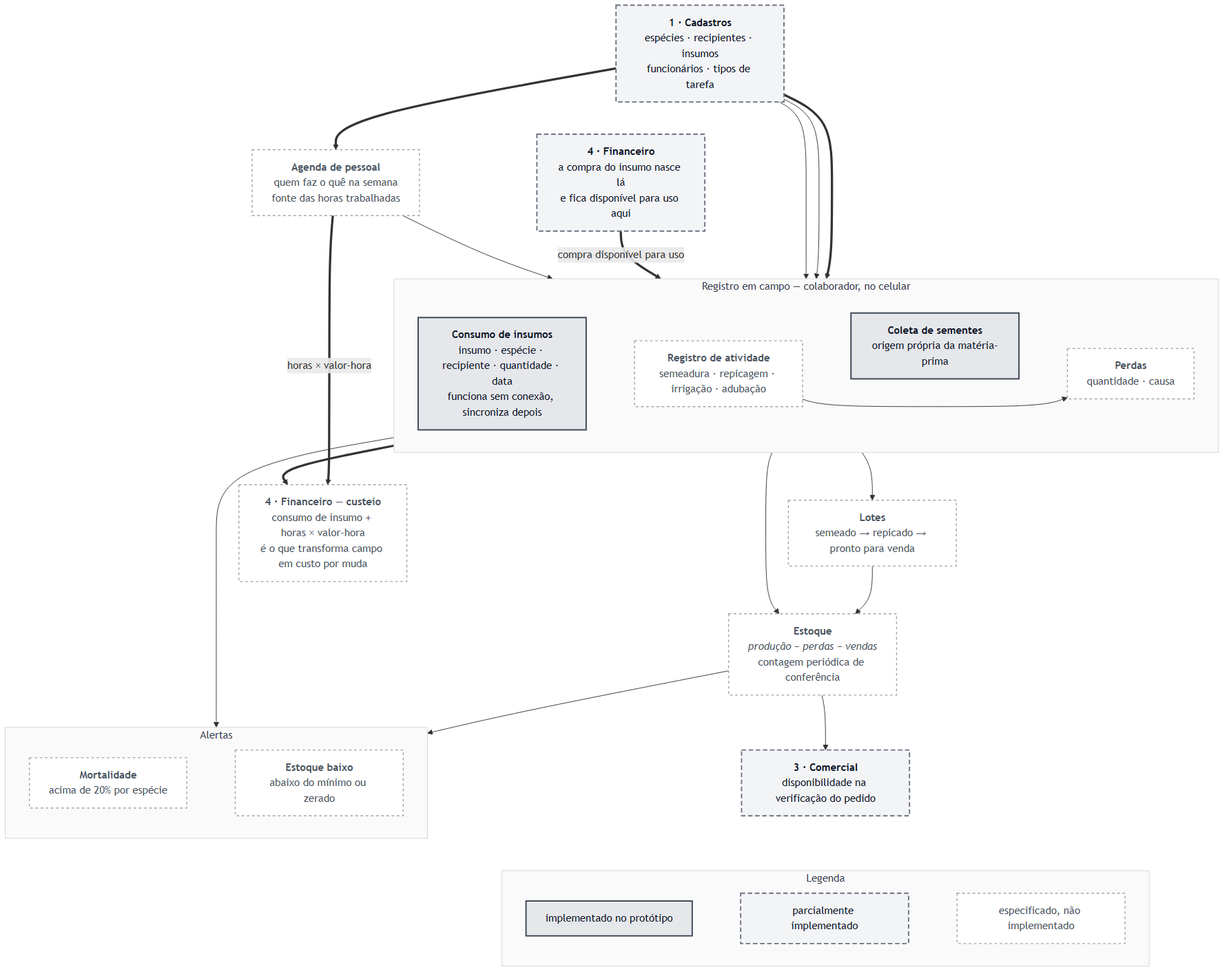
Above: docs/rotinas/img/mapa-2-producao.png in JoaoMudar/mudar (Mermaid), before the change. Its source is kept beside it as docs/rotinas/img/mapa-2-producao.mmd.
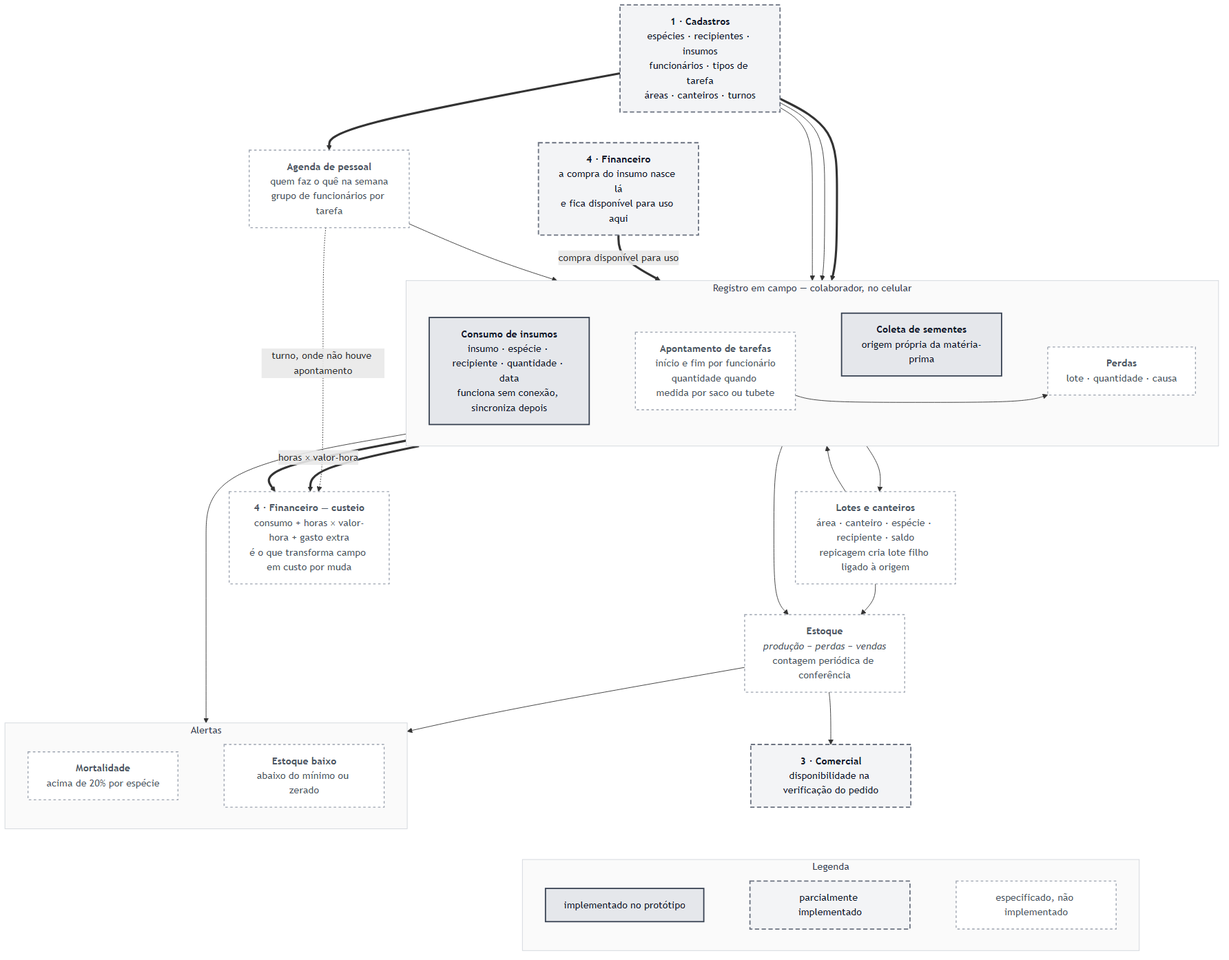
Later version of the same file.

Diff of the diagram source:
```diff
@@ -1,18 +1,18 @@
 flowchart TB
-  CAD["<b>1 · Cadastros</b><br/>espécies · recipientes · insumos<br/>funcionários · tipos de tarefa"]
+  CAD["<b>1 · Cadastros</b><br/>espécies · recipientes · insumos<br/>funcionários · tipos de tarefa<br/>áreas · canteiros · turnos"]
   FIN["<b>4 · Financeiro</b><br/>a compra do insumo nasce lá<br/>e fica disponível para uso aqui"]
 
   subgraph CAMPO["Registro em campo &mdash; colaborador, no celular"]
     direction LR
     CON["<b>Consumo de insumos</b><br/>insumo · espécie · recipiente · quantidade · data<br/>funciona sem conexão, sincroniza depois"]
-    ATV["<b>Registro de atividade</b><br/>semeadura · repicagem · irrigação · adubação"]
+    ATV["<b>Apontamento de tarefas</b><br/>início e fim por funcionário<br/>quantidade quando medida por saco ou tubete"]
     COL["<b>Coleta de sementes</b><br/>origem própria da matéria-prima"]
-    PER["<b>Perdas</b><br/>quantidade · causa"]
+    PER["<b>Perdas</b><br/>lote · quantidade · causa"]
     CON ~~~ ATV ~~~ COL ~~~ PER
   end
 
-  AGE["<b>Agenda de pessoal</b><br/>quem faz o quê na semana<br/>fonte das horas trabalhadas"]
-  LOT["<b>Lotes</b><br/>semeado &rarr; repicado &rarr; pronto para venda"]
+  AGE["<b>Agenda de pessoal</b><br/>quem faz o quê na semana<br/>grupo de funcionários por tarefa"]
+  LOT["<b>Lotes e canteiros</b><br/>área · canteiro · espécie · recipiente · saldo<br/>repicagem cria lote filho ligado à origem"]
   EST["<b>Estoque</b><br/><i>produção &minus; perdas &minus; vendas</i><br/>contagem periódica de conferência"]
 
   subgraph ALE["Alertas"]
@@ -23,7 +23,7 @@
   end
 
   COM["<b>3 · Comercial</b><br/>disponibilidade na verificação do pedido"]
-  CUS["<b>4 · Financeiro &mdash; custeio</b><br/>consumo de insumo + horas &times; valor-hora<br/>é o que transforma campo em custo por muda"]
+  CUS["<b>4 · Financeiro &mdash; custeio</b><br/>consumo + horas &times; valor-hora + gasto extra<br/>é o que transforma campo em custo por muda"]
 
   CAD ==> CON
   CAD --> ATV
@@ -33,10 +33,12 @@
   AGE --> ATV
   ATV --> LOT
   ATV --> PER
+  LOT --> PER
   LOT --> EST
   PER --> EST
   CON ==> CUS
-  AGE ==>|"horas &times; valor-hora"| CUS
+  ATV ==>|"horas &times; valor-hora"| CUS
+  AGE -.->|"turno, onde não houve apontamento"| CUS
   PER --> A1
   EST --> A2
   EST --> COM
```
